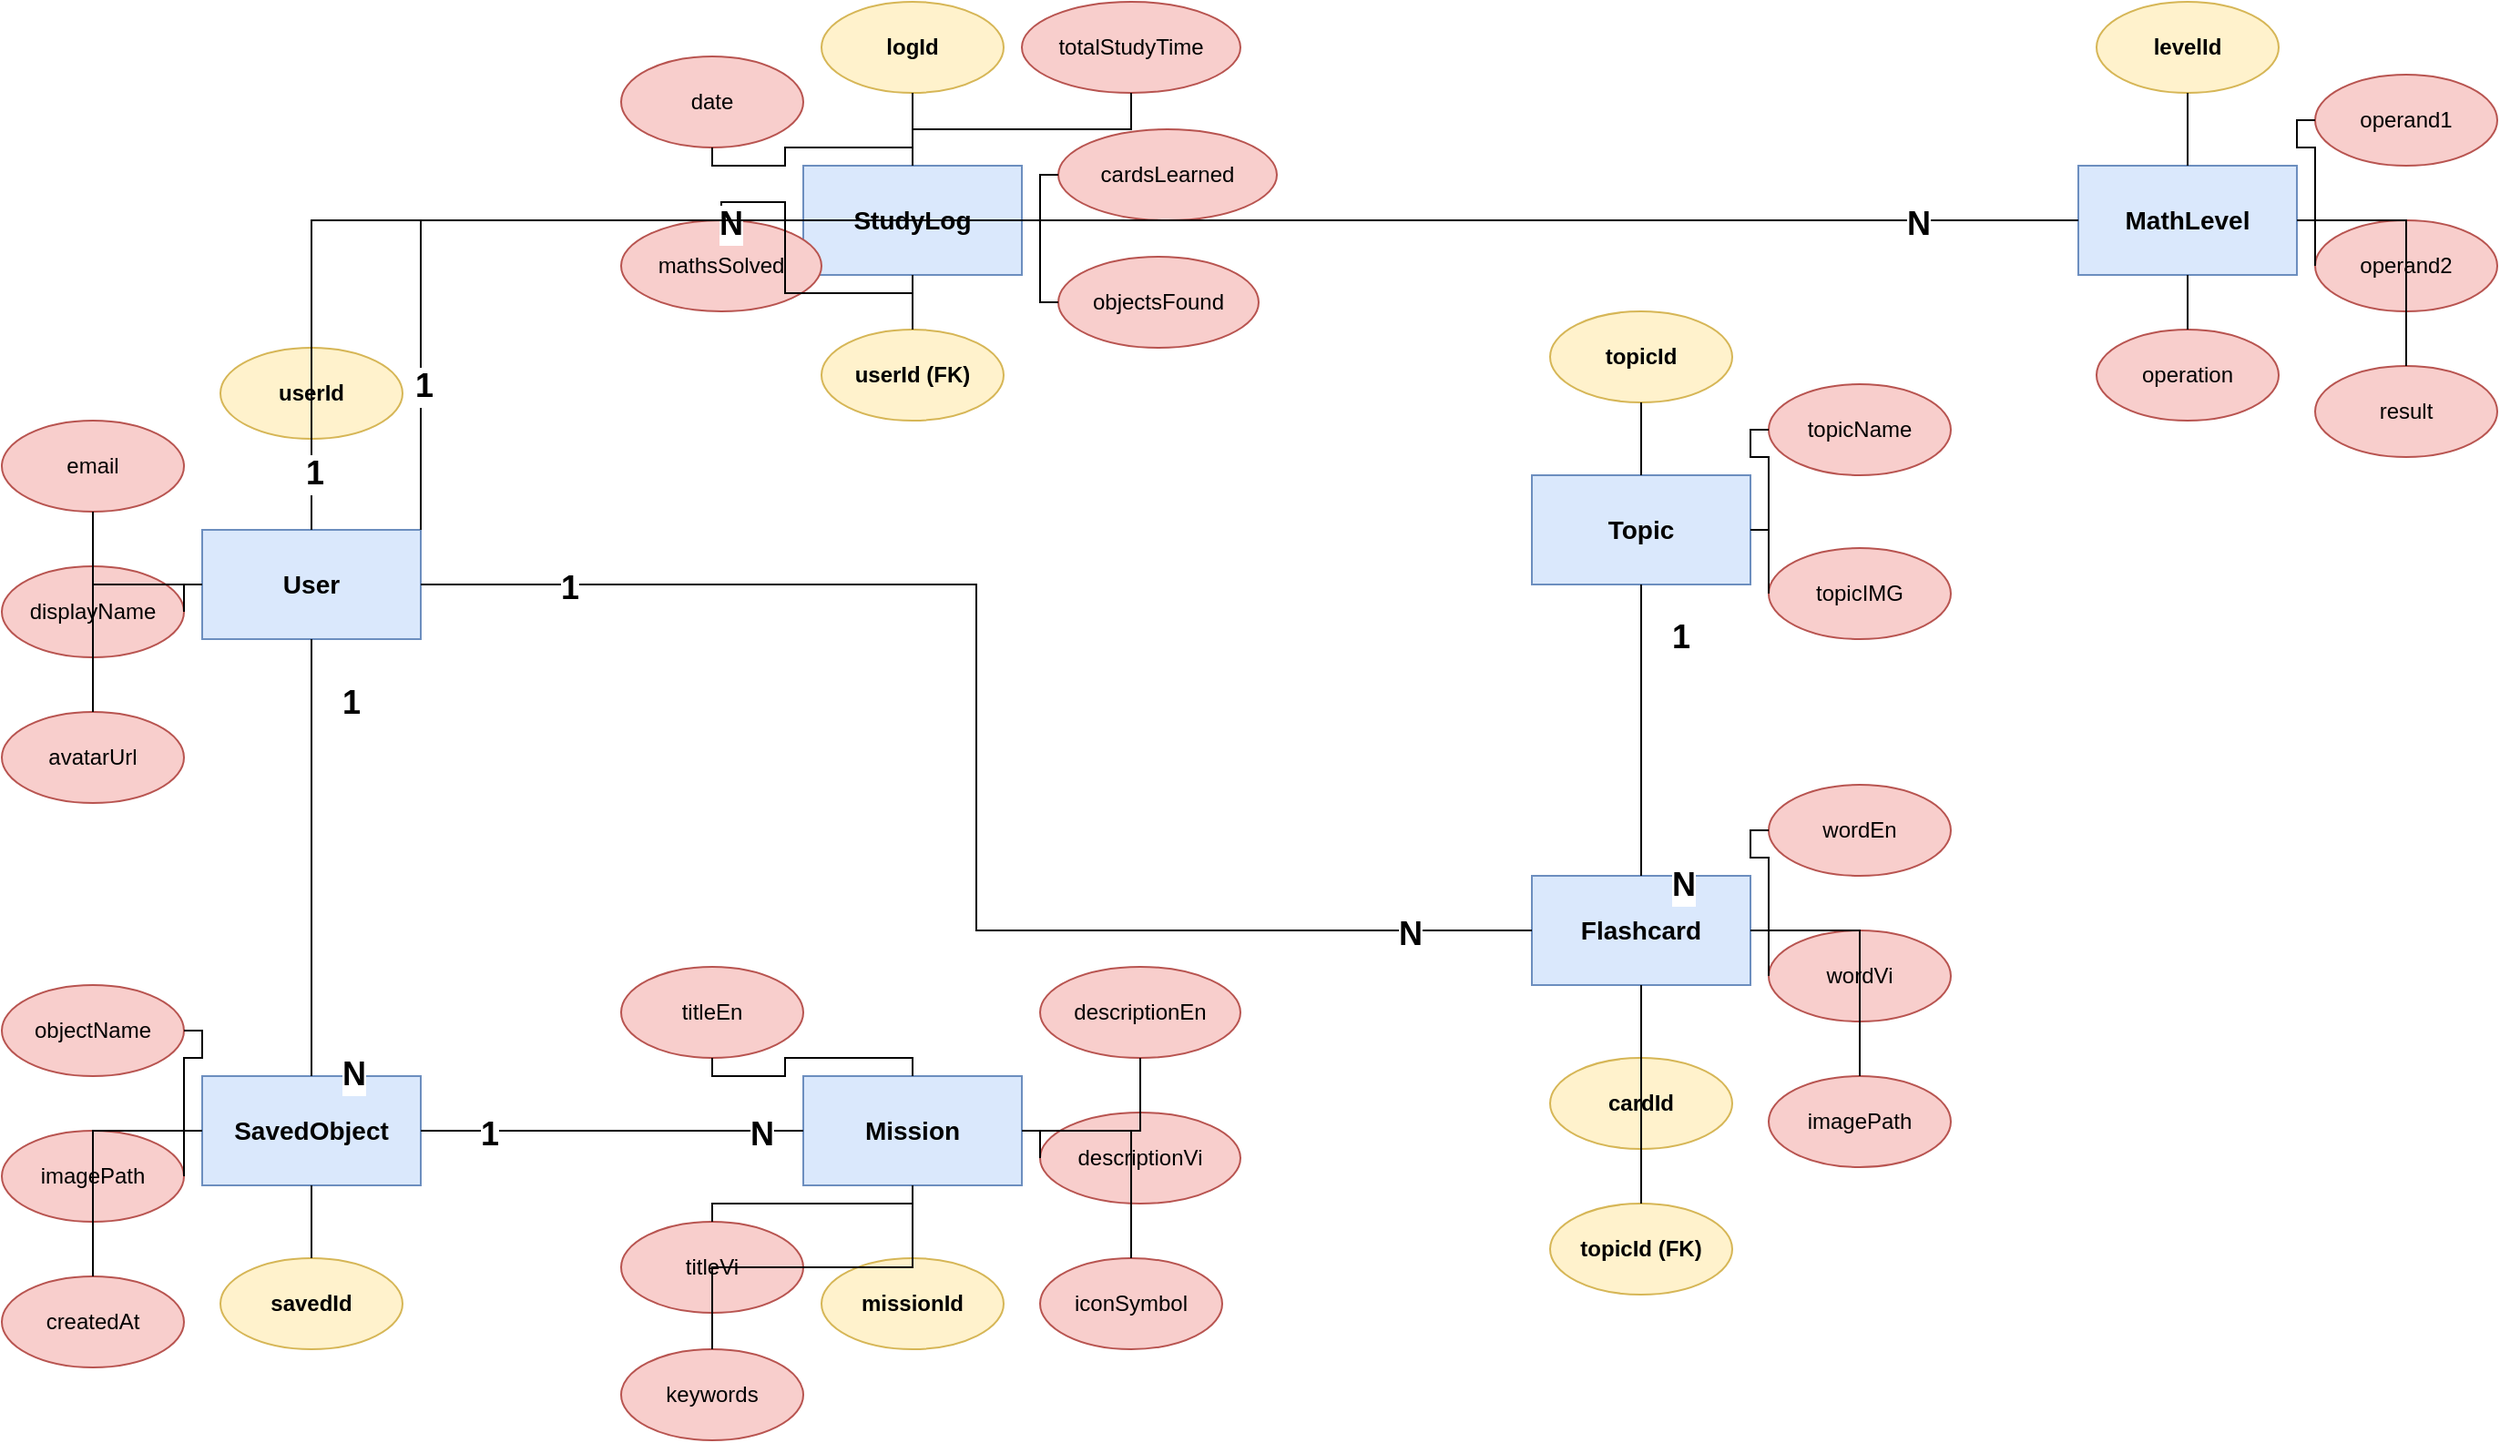
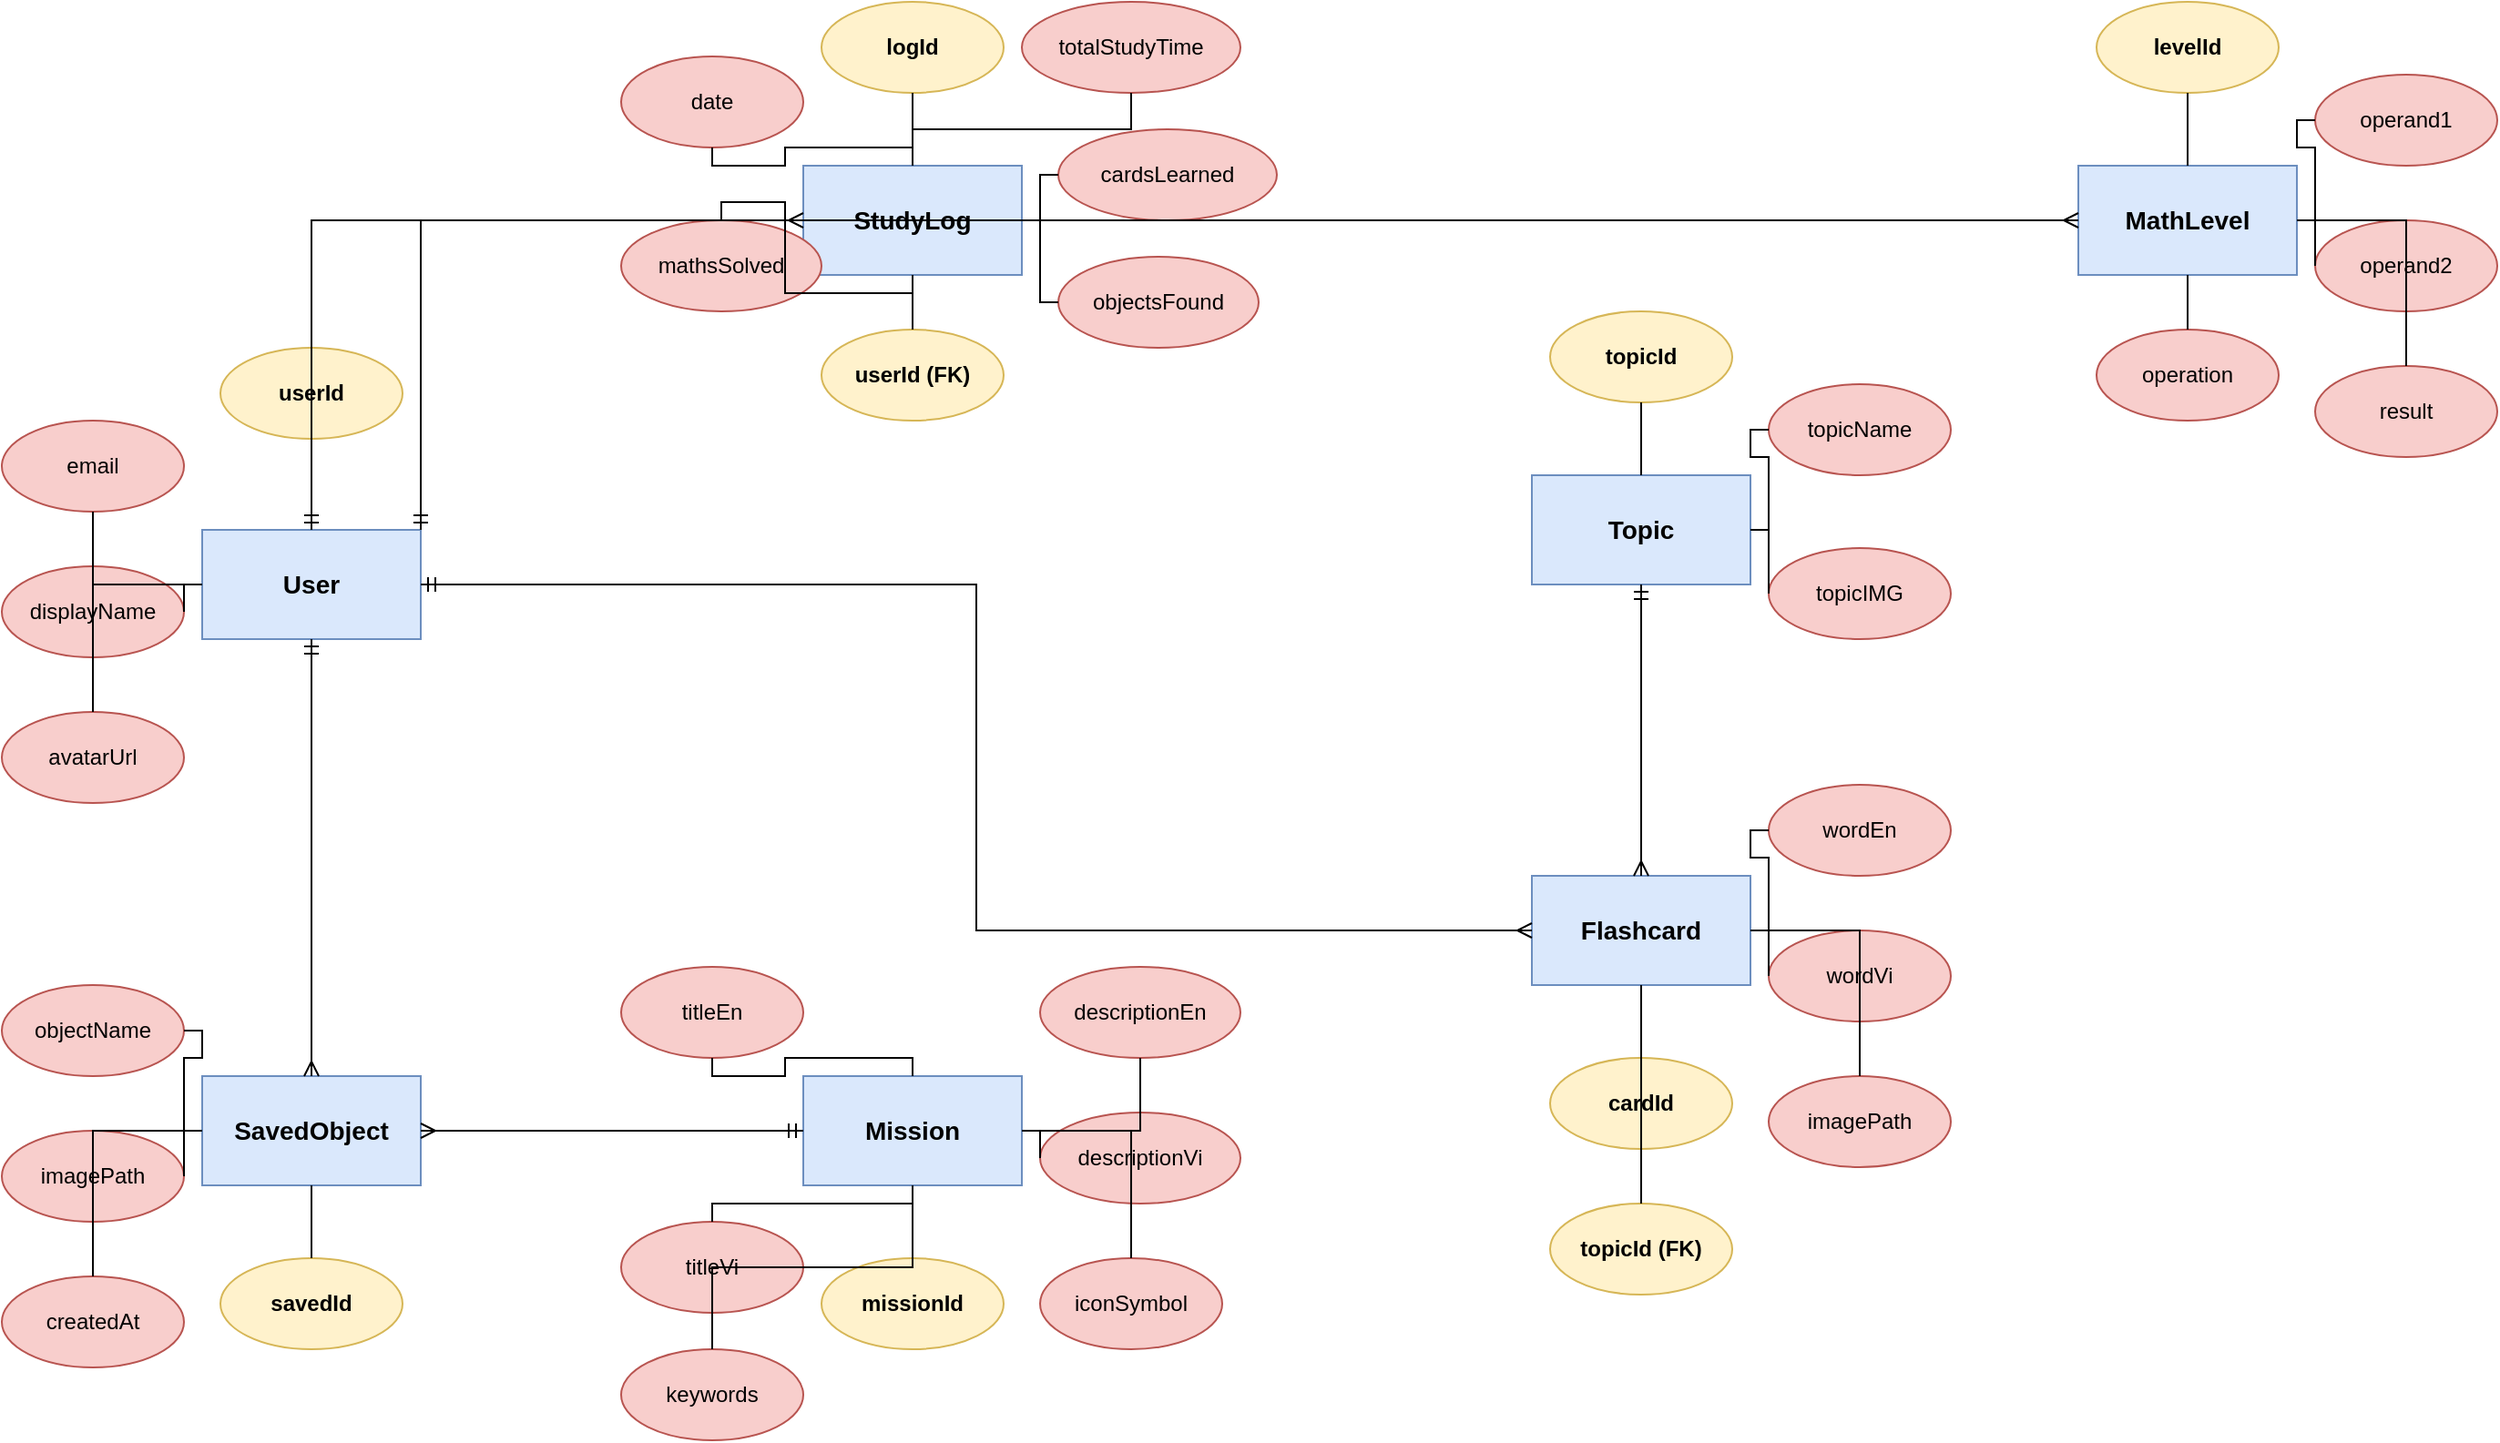
<?xml version="1.0" encoding="UTF-8"?>
<mxfile host="app.diagrams.net" agent="5.0">
  <diagram id="KidX_ERD_Diagram" name="KidX ERD Diagram">
    <mxGraphModel dx="1400" dy="1000" grid="1" gridSize="10" guides="1" tooltips="1" connect="1" arrows="1" fold="1" page="1" pageScale="1" pageWidth="1400" pageHeight="900" math="0" shadow="0">
      <root>
        <mxCell id="0" />
        <mxCell id="1" parent="0" />

        <!-- ==================== USER ENTITY ==================== -->
        <mxCell id="ent_user" value="User" style="rounded=0;whiteSpace=wrap;html=1;fillColor=#dae8fc;strokeColor=#6c8ebf;fontStyle=1;fontColor=#000000;fontSize=14;align=center;" vertex="1" parent="1">
          <mxGeometry x="120" y="300" width="120" height="60" as="geometry" />
        </mxCell>

        <mxCell id="attr_u_id" value="userId" style="ellipse;whiteSpace=wrap;html=1;fillColor=#fff2cc;strokeColor=#d6b656;fontColor=#000000;fontStyle=1;" vertex="1" parent="1">
          <mxGeometry x="130" y="200" width="100" height="50" as="geometry" />
        </mxCell>

        <mxCell id="attr_u_email" value="email" style="ellipse;whiteSpace=wrap;html=1;fillColor=#f8cecc;strokeColor=#b85450;fontColor=#000000;" vertex="1" parent="1">
          <mxGeometry x="10" y="240" width="100" height="50" as="geometry" />
        </mxCell>

        <mxCell id="attr_u_display" value="displayName" style="ellipse;whiteSpace=wrap;html=1;fillColor=#f8cecc;strokeColor=#b85450;fontColor=#000000;" vertex="1" parent="1">
          <mxGeometry x="10" y="320" width="100" height="50" as="geometry" />
        </mxCell>

        <mxCell id="attr_u_avatar" value="avatarUrl" style="ellipse;whiteSpace=wrap;html=1;fillColor=#f8cecc;strokeColor=#b85450;fontColor=#000000;" vertex="1" parent="1">
          <mxGeometry x="10" y="400" width="100" height="50" as="geometry" />
        </mxCell>

        <!-- User attribute connectors -->
        <mxCell id="conn_u_id" style="endArrow=none;html=1;strokeColor=#000000;edgeStyle=orthogonalEdgeStyle;rounded=0;" edge="1" parent="1" source="ent_user" target="attr_u_id">
          <mxGeometry relative="1" as="geometry" />
        </mxCell>
        <mxCell id="conn_u_email" style="endArrow=none;html=1;strokeColor=#000000;edgeStyle=orthogonalEdgeStyle;rounded=0;" edge="1" parent="1" source="ent_user" target="attr_u_email">
          <mxGeometry relative="1" as="geometry" />
        </mxCell>
        <mxCell id="conn_u_display" style="endArrow=none;html=1;strokeColor=#000000;edgeStyle=orthogonalEdgeStyle;rounded=0;" edge="1" parent="1" source="ent_user" target="attr_u_display">
          <mxGeometry relative="1" as="geometry" />
        </mxCell>
        <mxCell id="conn_u_avatar" style="endArrow=none;html=1;strokeColor=#000000;edgeStyle=orthogonalEdgeStyle;rounded=0;" edge="1" parent="1" source="ent_user" target="attr_u_avatar">
          <mxGeometry relative="1" as="geometry" />
        </mxCell>

        <!-- ==================== STUDYLOG ENTITY ==================== -->
        <mxCell id="ent_studylog" value="StudyLog" style="rounded=0;whiteSpace=wrap;html=1;fillColor=#dae8fc;strokeColor=#6c8ebf;fontStyle=1;fontColor=#000000;fontSize=14;align=center;" vertex="1" parent="1">
          <mxGeometry x="450" y="100" width="120" height="60" as="geometry" />
        </mxCell>

        <mxCell id="attr_l_id" value="logId" style="ellipse;whiteSpace=wrap;html=1;fillColor=#fff2cc;strokeColor=#d6b656;fontColor=#000000;fontStyle=1;" vertex="1" parent="1">
          <mxGeometry x="460" y="10" width="100" height="50" as="geometry" />
        </mxCell>

        <mxCell id="attr_l_date" value="date" style="ellipse;whiteSpace=wrap;html=1;fillColor=#f8cecc;strokeColor=#b85450;fontColor=#000000;" vertex="1" parent="1">
          <mxGeometry x="350" y="40" width="100" height="50" as="geometry" />
        </mxCell>

        <mxCell id="attr_l_time" value="totalStudyTime" style="ellipse;whiteSpace=wrap;html=1;fillColor=#f8cecc;strokeColor=#b85450;fontColor=#000000;" vertex="1" parent="1">
          <mxGeometry x="570" y="10" width="120" height="50" as="geometry" />
        </mxCell>

        <mxCell id="attr_l_cards" value="cardsLearned" style="ellipse;whiteSpace=wrap;html=1;fillColor=#f8cecc;strokeColor=#b85450;fontColor=#000000;" vertex="1" parent="1">
          <mxGeometry x="590" y="80" width="120" height="50" as="geometry" />
        </mxCell>

        <mxCell id="attr_l_objects" value="objectsFound" style="ellipse;whiteSpace=wrap;html=1;fillColor=#f8cecc;strokeColor=#b85450;fontColor=#000000;" vertex="1" parent="1">
          <mxGeometry x="590" y="150" width="110" height="50" as="geometry" />
        </mxCell>

        <mxCell id="attr_l_maths" value="mathsSolved" style="ellipse;whiteSpace=wrap;html=1;fillColor=#f8cecc;strokeColor=#b85450;fontColor=#000000;" vertex="1" parent="1">
          <mxGeometry x="350" y="130" width="110" height="50" as="geometry" />
        </mxCell>

        <mxCell id="attr_l_userId" value="userId (FK)" style="ellipse;whiteSpace=wrap;html=1;fillColor=#fff2cc;strokeColor=#d6b656;fontColor=#000000;fontStyle=1;" vertex="1" parent="1">
          <mxGeometry x="460" y="190" width="100" height="50" as="geometry" />
        </mxCell>

        <!-- StudyLog attribute connectors -->
        <mxCell id="conn_l_id" style="endArrow=none;html=1;strokeColor=#000000;edgeStyle=orthogonalEdgeStyle;rounded=0;" edge="1" parent="1" source="ent_studylog" target="attr_l_id">
          <mxGeometry relative="1" as="geometry" />
        </mxCell>
        <mxCell id="conn_l_date" style="endArrow=none;html=1;strokeColor=#000000;edgeStyle=orthogonalEdgeStyle;rounded=0;" edge="1" parent="1" source="ent_studylog" target="attr_l_date">
          <mxGeometry relative="1" as="geometry" />
        </mxCell>
        <mxCell id="conn_l_time" style="endArrow=none;html=1;strokeColor=#000000;edgeStyle=orthogonalEdgeStyle;rounded=0;" edge="1" parent="1" source="ent_studylog" target="attr_l_time">
          <mxGeometry relative="1" as="geometry" />
        </mxCell>
        <mxCell id="conn_l_cards" style="endArrow=none;html=1;strokeColor=#000000;edgeStyle=orthogonalEdgeStyle;rounded=0;" edge="1" parent="1" source="ent_studylog" target="attr_l_cards">
          <mxGeometry relative="1" as="geometry" />
        </mxCell>
        <mxCell id="conn_l_objects" style="endArrow=none;html=1;strokeColor=#000000;edgeStyle=orthogonalEdgeStyle;rounded=0;" edge="1" parent="1" source="ent_studylog" target="attr_l_objects">
          <mxGeometry relative="1" as="geometry" />
        </mxCell>
        <mxCell id="conn_l_maths" style="endArrow=none;html=1;strokeColor=#000000;edgeStyle=orthogonalEdgeStyle;rounded=0;" edge="1" parent="1" source="ent_studylog" target="attr_l_maths">
          <mxGeometry relative="1" as="geometry" />
        </mxCell>
        <mxCell id="conn_l_userId" style="endArrow=none;html=1;strokeColor=#000000;edgeStyle=orthogonalEdgeStyle;rounded=0;" edge="1" parent="1" source="ent_studylog" target="attr_l_userId">
          <mxGeometry relative="1" as="geometry" />
        </mxCell>

        <!-- ==================== SAVEDOBJECT ENTITY ==================== -->
        <mxCell id="ent_saved" value="SavedObject" style="rounded=0;whiteSpace=wrap;html=1;fillColor=#dae8fc;strokeColor=#6c8ebf;fontStyle=1;fontColor=#000000;fontSize=14;align=center;" vertex="1" parent="1">
          <mxGeometry x="120" y="600" width="120" height="60" as="geometry" />
        </mxCell>

        <mxCell id="attr_s_id" value="savedId" style="ellipse;whiteSpace=wrap;html=1;fillColor=#fff2cc;strokeColor=#d6b656;fontColor=#000000;fontStyle=1;" vertex="1" parent="1">
          <mxGeometry x="130" y="700" width="100" height="50" as="geometry" />
        </mxCell>

        <mxCell id="attr_s_name" value="objectName" style="ellipse;whiteSpace=wrap;html=1;fillColor=#f8cecc;strokeColor=#b85450;fontColor=#000000;" vertex="1" parent="1">
          <mxGeometry x="10" y="550" width="100" height="50" as="geometry" />
        </mxCell>

        <mxCell id="attr_s_path" value="imagePath" style="ellipse;whiteSpace=wrap;html=1;fillColor=#f8cecc;strokeColor=#b85450;fontColor=#000000;" vertex="1" parent="1">
          <mxGeometry x="10" y="630" width="100" height="50" as="geometry" />
        </mxCell>

        <mxCell id="attr_s_time" value="createdAt" style="ellipse;whiteSpace=wrap;html=1;fillColor=#f8cecc;strokeColor=#b85450;fontColor=#000000;" vertex="1" parent="1">
          <mxGeometry x="10" y="710" width="100" height="50" as="geometry" />
        </mxCell>

        <!-- SavedObject attribute connectors -->
        <mxCell id="conn_s_id" style="endArrow=none;html=1;strokeColor=#000000;edgeStyle=orthogonalEdgeStyle;rounded=0;" edge="1" parent="1" source="ent_saved" target="attr_s_id">
          <mxGeometry relative="1" as="geometry" />
        </mxCell>
        <mxCell id="conn_s_name" style="endArrow=none;html=1;strokeColor=#000000;edgeStyle=orthogonalEdgeStyle;rounded=0;" edge="1" parent="1" source="ent_saved" target="attr_s_name">
          <mxGeometry relative="1" as="geometry" />
        </mxCell>
        <mxCell id="conn_s_path" style="endArrow=none;html=1;strokeColor=#000000;edgeStyle=orthogonalEdgeStyle;rounded=0;" edge="1" parent="1" source="ent_saved" target="attr_s_path">
          <mxGeometry relative="1" as="geometry" />
        </mxCell>
        <mxCell id="conn_s_time" style="endArrow=none;html=1;strokeColor=#000000;edgeStyle=orthogonalEdgeStyle;rounded=0;" edge="1" parent="1" source="ent_saved" target="attr_s_time">
          <mxGeometry relative="1" as="geometry" />
        </mxCell>

        <!-- ==================== MISSION ENTITY ==================== -->
        <mxCell id="ent_mission" value="Mission" style="rounded=0;whiteSpace=wrap;html=1;fillColor=#dae8fc;strokeColor=#6c8ebf;fontStyle=1;fontColor=#000000;fontSize=14;align=center;" vertex="1" parent="1">
          <mxGeometry x="450" y="600" width="120" height="60" as="geometry" />
        </mxCell>

        <mxCell id="attr_m_id" value="missionId" style="ellipse;whiteSpace=wrap;html=1;fillColor=#fff2cc;strokeColor=#d6b656;fontColor=#000000;fontStyle=1;" vertex="1" parent="1">
          <mxGeometry x="460" y="700" width="100" height="50" as="geometry" />
        </mxCell>

        <mxCell id="attr_m_title_en" value="titleEn" style="ellipse;whiteSpace=wrap;html=1;fillColor=#f8cecc;strokeColor=#b85450;fontColor=#000000;" vertex="1" parent="1">
          <mxGeometry x="350" y="540" width="100" height="50" as="geometry" />
        </mxCell>

        <mxCell id="attr_m_title_vi" value="titleVi" style="ellipse;whiteSpace=wrap;html=1;fillColor=#f8cecc;strokeColor=#b85450;fontColor=#000000;" vertex="1" parent="1">
          <mxGeometry x="350" y="680" width="100" height="50" as="geometry" />
        </mxCell>

        <mxCell id="attr_m_desc_en" value="descriptionEn" style="ellipse;whiteSpace=wrap;html=1;fillColor=#f8cecc;strokeColor=#b85450;fontColor=#000000;" vertex="1" parent="1">
          <mxGeometry x="580" y="540" width="110" height="50" as="geometry" />
        </mxCell>

        <mxCell id="attr_m_desc_vi" value="descriptionVi" style="ellipse;whiteSpace=wrap;html=1;fillColor=#f8cecc;strokeColor=#b85450;fontColor=#000000;" vertex="1" parent="1">
          <mxGeometry x="580" y="620" width="110" height="50" as="geometry" />
        </mxCell>

        <mxCell id="attr_m_icon" value="iconSymbol" style="ellipse;whiteSpace=wrap;html=1;fillColor=#f8cecc;strokeColor=#b85450;fontColor=#000000;" vertex="1" parent="1">
          <mxGeometry x="580" y="700" width="100" height="50" as="geometry" />
        </mxCell>

        <mxCell id="attr_m_keywords" value="keywords" style="ellipse;whiteSpace=wrap;html=1;fillColor=#f8cecc;strokeColor=#b85450;fontColor=#000000;" vertex="1" parent="1">
          <mxGeometry x="350" y="750" width="100" height="50" as="geometry" />
        </mxCell>

        <!-- Mission attribute connectors -->
        <mxCell id="conn_m_id" style="endArrow=none;html=1;strokeColor=#000000;edgeStyle=orthogonalEdgeStyle;rounded=0;" edge="1" parent="1" source="ent_mission" target="attr_m_id">
          <mxGeometry relative="1" as="geometry" />
        </mxCell>
        <mxCell id="conn_m_title_en" style="endArrow=none;html=1;strokeColor=#000000;edgeStyle=orthogonalEdgeStyle;rounded=0;" edge="1" parent="1" source="ent_mission" target="attr_m_title_en">
          <mxGeometry relative="1" as="geometry" />
        </mxCell>
        <mxCell id="conn_m_title_vi" style="endArrow=none;html=1;strokeColor=#000000;edgeStyle=orthogonalEdgeStyle;rounded=0;" edge="1" parent="1" source="ent_mission" target="attr_m_title_vi">
          <mxGeometry relative="1" as="geometry" />
        </mxCell>
        <mxCell id="conn_m_desc_en" style="endArrow=none;html=1;strokeColor=#000000;edgeStyle=orthogonalEdgeStyle;rounded=0;" edge="1" parent="1" source="ent_mission" target="attr_m_desc_en">
          <mxGeometry relative="1" as="geometry" />
        </mxCell>
        <mxCell id="conn_m_desc_vi" style="endArrow=none;html=1;strokeColor=#000000;edgeStyle=orthogonalEdgeStyle;rounded=0;" edge="1" parent="1" source="ent_mission" target="attr_m_desc_vi">
          <mxGeometry relative="1" as="geometry" />
        </mxCell>
        <mxCell id="conn_m_icon" style="endArrow=none;html=1;strokeColor=#000000;edgeStyle=orthogonalEdgeStyle;rounded=0;" edge="1" parent="1" source="ent_mission" target="attr_m_icon">
          <mxGeometry relative="1" as="geometry" />
        </mxCell>
        <mxCell id="conn_m_keywords" style="endArrow=none;html=1;strokeColor=#000000;edgeStyle=orthogonalEdgeStyle;rounded=0;" edge="1" parent="1" source="ent_mission" target="attr_m_keywords">
          <mxGeometry relative="1" as="geometry" />
        </mxCell>

        <!-- ==================== TOPIC ENTITY ==================== -->
        <mxCell id="ent_topic" value="Topic" style="rounded=0;whiteSpace=wrap;html=1;fillColor=#dae8fc;strokeColor=#6c8ebf;fontStyle=1;fontColor=#000000;fontSize=14;align=center;" vertex="1" parent="1">
          <mxGeometry x="850" y="270" width="120" height="60" as="geometry" />
        </mxCell>

        <mxCell id="attr_t_id" value="topicId" style="ellipse;whiteSpace=wrap;html=1;fillColor=#fff2cc;strokeColor=#d6b656;fontColor=#000000;fontStyle=1;" vertex="1" parent="1">
          <mxGeometry x="860" y="180" width="100" height="50" as="geometry" />
        </mxCell>

        <mxCell id="attr_t_name" value="topicName" style="ellipse;whiteSpace=wrap;html=1;fillColor=#f8cecc;strokeColor=#b85450;fontColor=#000000;" vertex="1" parent="1">
          <mxGeometry x="980" y="220" width="100" height="50" as="geometry" />
        </mxCell>

        <mxCell id="attr_t_icon" value="topicIMG" style="ellipse;whiteSpace=wrap;html=1;fillColor=#f8cecc;strokeColor=#b85450;fontColor=#000000;" vertex="1" parent="1">
          <mxGeometry x="980" y="310" width="100" height="50" as="geometry" />
        </mxCell>

        <!-- Topic attribute connectors -->
        <mxCell id="conn_t_id" style="endArrow=none;html=1;strokeColor=#000000;edgeStyle=orthogonalEdgeStyle;rounded=0;" edge="1" parent="1" source="ent_topic" target="attr_t_id">
          <mxGeometry relative="1" as="geometry" />
        </mxCell>
        <mxCell id="conn_t_name" style="endArrow=none;html=1;strokeColor=#000000;edgeStyle=orthogonalEdgeStyle;rounded=0;" edge="1" parent="1" source="ent_topic" target="attr_t_name">
          <mxGeometry relative="1" as="geometry" />
        </mxCell>
        <mxCell id="conn_t_icon" style="endArrow=none;html=1;strokeColor=#000000;edgeStyle=orthogonalEdgeStyle;rounded=0;" edge="1" parent="1" source="ent_topic" target="attr_t_icon">
          <mxGeometry relative="1" as="geometry" />
        </mxCell>

        <!-- ==================== FLASHCARD ENTITY ==================== -->
        <mxCell id="ent_flashcard" value="Flashcard" style="rounded=0;whiteSpace=wrap;html=1;fillColor=#dae8fc;strokeColor=#6c8ebf;fontStyle=1;fontColor=#000000;fontSize=14;align=center;" vertex="1" parent="1">
          <mxGeometry x="850" y="490" width="120" height="60" as="geometry" />
        </mxCell>

        <mxCell id="attr_f_id" value="cardId" style="ellipse;whiteSpace=wrap;html=1;fillColor=#fff2cc;strokeColor=#d6b656;fontColor=#000000;fontStyle=1;" vertex="1" parent="1">
          <mxGeometry x="860" y="590" width="100" height="50" as="geometry" />
        </mxCell>

        <mxCell id="attr_f_en" value="wordEn" style="ellipse;whiteSpace=wrap;html=1;fillColor=#f8cecc;strokeColor=#b85450;fontColor=#000000;" vertex="1" parent="1">
          <mxGeometry x="980" y="440" width="100" height="50" as="geometry" />
        </mxCell>

        <mxCell id="attr_f_vi" value="wordVi" style="ellipse;whiteSpace=wrap;html=1;fillColor=#f8cecc;strokeColor=#b85450;fontColor=#000000;" vertex="1" parent="1">
          <mxGeometry x="980" y="520" width="100" height="50" as="geometry" />
        </mxCell>

        <mxCell id="attr_f_path" value="imagePath" style="ellipse;whiteSpace=wrap;html=1;fillColor=#f8cecc;strokeColor=#b85450;fontColor=#000000;" vertex="1" parent="1">
          <mxGeometry x="980" y="600" width="100" height="50" as="geometry" />
        </mxCell>

        <mxCell id="attr_f_topicId" value="topicId (FK)" style="ellipse;whiteSpace=wrap;html=1;fillColor=#fff2cc;strokeColor=#d6b656;fontColor=#000000;fontStyle=1;" vertex="1" parent="1">
          <mxGeometry x="860" y="670" width="100" height="50" as="geometry" />
        </mxCell>

        <!-- Flashcard attribute connectors -->
        <mxCell id="conn_f_id" style="endArrow=none;html=1;strokeColor=#000000;edgeStyle=orthogonalEdgeStyle;rounded=0;" edge="1" parent="1" source="ent_flashcard" target="attr_f_id">
          <mxGeometry relative="1" as="geometry" />
        </mxCell>
        <mxCell id="conn_f_en" style="endArrow=none;html=1;strokeColor=#000000;edgeStyle=orthogonalEdgeStyle;rounded=0;" edge="1" parent="1" source="ent_flashcard" target="attr_f_en">
          <mxGeometry relative="1" as="geometry" />
        </mxCell>
        <mxCell id="conn_f_vi" style="endArrow=none;html=1;strokeColor=#000000;edgeStyle=orthogonalEdgeStyle;rounded=0;" edge="1" parent="1" source="ent_flashcard" target="attr_f_vi">
          <mxGeometry relative="1" as="geometry" />
        </mxCell>
        <mxCell id="conn_f_path" style="endArrow=none;html=1;strokeColor=#000000;edgeStyle=orthogonalEdgeStyle;rounded=0;" edge="1" parent="1" source="ent_flashcard" target="attr_f_path">
          <mxGeometry relative="1" as="geometry" />
        </mxCell>
        <mxCell id="conn_f_topicId" style="endArrow=none;html=1;strokeColor=#000000;edgeStyle=orthogonalEdgeStyle;rounded=0;" edge="1" parent="1" source="ent_flashcard" target="attr_f_topicId">
          <mxGeometry relative="1" as="geometry" />
        </mxCell>

        <!-- ==================== MATHLEVEL ENTITY ==================== -->
        <mxCell id="ent_math" value="MathLevel" style="rounded=0;whiteSpace=wrap;html=1;fillColor=#dae8fc;strokeColor=#6c8ebf;fontStyle=1;fontColor=#000000;fontSize=14;align=center;" vertex="1" parent="1">
          <mxGeometry x="1150" y="100" width="120" height="60" as="geometry" />
        </mxCell>

        <mxCell id="attr_mt_id" value="levelId" style="ellipse;whiteSpace=wrap;html=1;fillColor=#fff2cc;strokeColor=#d6b656;fontColor=#000000;fontStyle=1;" vertex="1" parent="1">
          <mxGeometry x="1160" y="10" width="100" height="50" as="geometry" />
        </mxCell>

        <mxCell id="attr_mt_op1" value="operand1" style="ellipse;whiteSpace=wrap;html=1;fillColor=#f8cecc;strokeColor=#b85450;fontColor=#000000;" vertex="1" parent="1">
          <mxGeometry x="1280" y="50" width="100" height="50" as="geometry" />
        </mxCell>

        <mxCell id="attr_mt_op2" value="operand2" style="ellipse;whiteSpace=wrap;html=1;fillColor=#f8cecc;strokeColor=#b85450;fontColor=#000000;" vertex="1" parent="1">
          <mxGeometry x="1280" y="130" width="100" height="50" as="geometry" />
        </mxCell>

        <mxCell id="attr_mt_op" value="operation" style="ellipse;whiteSpace=wrap;html=1;fillColor=#f8cecc;strokeColor=#b85450;fontColor=#000000;" vertex="1" parent="1">
          <mxGeometry x="1160" y="190" width="100" height="50" as="geometry" />
        </mxCell>

        <mxCell id="attr_mt_res" value="result" style="ellipse;whiteSpace=wrap;html=1;fillColor=#f8cecc;strokeColor=#b85450;fontColor=#000000;" vertex="1" parent="1">
          <mxGeometry x="1280" y="210" width="100" height="50" as="geometry" />
        </mxCell>

        <!-- MathLevel attribute connectors -->
        <mxCell id="conn_mt_id" style="endArrow=none;html=1;strokeColor=#000000;edgeStyle=orthogonalEdgeStyle;rounded=0;" edge="1" parent="1" source="ent_math" target="attr_mt_id">
          <mxGeometry relative="1" as="geometry" />
        </mxCell>
        <mxCell id="conn_mt_op1" style="endArrow=none;html=1;strokeColor=#000000;edgeStyle=orthogonalEdgeStyle;rounded=0;" edge="1" parent="1" source="ent_math" target="attr_mt_op1">
          <mxGeometry relative="1" as="geometry" />
        </mxCell>
        <mxCell id="conn_mt_op2" style="endArrow=none;html=1;strokeColor=#000000;edgeStyle=orthogonalEdgeStyle;rounded=0;" edge="1" parent="1" source="ent_math" target="attr_mt_op2">
          <mxGeometry relative="1" as="geometry" />
        </mxCell>
        <mxCell id="conn_mt_op" style="endArrow=none;html=1;strokeColor=#000000;edgeStyle=orthogonalEdgeStyle;rounded=0;" edge="1" parent="1" source="ent_math" target="attr_mt_op">
          <mxGeometry relative="1" as="geometry" />
        </mxCell>
        <mxCell id="conn_mt_res" style="endArrow=none;html=1;strokeColor=#000000;edgeStyle=orthogonalEdgeStyle;rounded=0;" edge="1" parent="1" source="ent_math" target="attr_mt_res">
          <mxGeometry relative="1" as="geometry" />
        </mxCell>

        <!-- ================================================================ -->
        <!-- ==================== RELATIONSHIPS (Direct Lines) ==================== -->
        <!-- ================================================================ -->

        <!-- R1: User ——1————N——> StudyLog -->
-         <mxCell id="rel_user_studylog" style="endArrow=none;html=1;strokeColor=#000000;edgeStyle=orthogonalEdgeStyle;rounded=0;exitX=0.5;exitY=0;exitDx=0;exitDy=0;entryX=0;entryY=0.5;entryDx=0;entryDy=0;" edge="1" parent="1" source="ent_user" target="ent_studylog">
-           <mxGeometry relative="1" as="geometry" />
-         </mxCell>
-         <mxCell id="lbl_user_studylog_1" value="1" style="edgeLabel;html=1;fontSize=18;fontColor=#000000;fontStyle=1;" vertex="1" connectable="0" parent="rel_user_studylog">
-           <mxGeometry x="-0.85" relative="1" as="geometry"><mxPoint x="-5" y="-15" as="offset" /></mxGeometry>
-         </mxCell>
-         <mxCell id="lbl_user_studylog_n" value="N" style="edgeLabel;html=1;fontSize=18;fontColor=#000000;fontStyle=1;" vertex="1" connectable="0" parent="rel_user_studylog">
-           <mxGeometry x="0.85" relative="1" as="geometry"><mxPoint x="-15" y="-15" as="offset" /></mxGeometry>
+         <mxCell id="rel_user_studylog" style="startArrow=ERmandOne;endArrow=ERmany;html=1;strokeColor=#000000;edgeStyle=orthogonalEdgeStyle;rounded=0;exitX=0.5;exitY=0;exitDx=0;exitDy=0;entryX=0;entryY=0.5;entryDx=0;entryDy=0;" edge="1" parent="1" source="ent_user" target="ent_studylog">
+           <mxGeometry relative="1" as="geometry" />
        </mxCell>

        <!-- R2: User ——1————N——> SavedObject -->
-         <mxCell id="rel_user_saved" style="endArrow=none;html=1;strokeColor=#000000;edgeStyle=orthogonalEdgeStyle;rounded=0;exitX=0.5;exitY=1;exitDx=0;exitDy=0;entryX=0.5;entryY=0;entryDx=0;entryDy=0;" edge="1" parent="1" source="ent_user" target="ent_saved">
-           <mxGeometry relative="1" as="geometry" />
-         </mxCell>
-         <mxCell id="lbl_user_saved_1" value="1" style="edgeLabel;html=1;fontSize=18;fontColor=#000000;fontStyle=1;" vertex="1" connectable="0" parent="rel_user_saved">
-           <mxGeometry x="-0.85" relative="1" as="geometry"><mxPoint x="15" y="0" as="offset" /></mxGeometry>
-         </mxCell>
-         <mxCell id="lbl_user_saved_n" value="N" style="edgeLabel;html=1;fontSize=18;fontColor=#000000;fontStyle=1;" vertex="1" connectable="0" parent="rel_user_saved">
-           <mxGeometry x="0.85" relative="1" as="geometry"><mxPoint x="15" y="0" as="offset" /></mxGeometry>
+         <mxCell id="rel_user_saved" style="startArrow=ERmandOne;endArrow=ERmany;html=1;strokeColor=#000000;edgeStyle=orthogonalEdgeStyle;rounded=0;exitX=0.5;exitY=1;exitDx=0;exitDy=0;entryX=0.5;entryY=0;entryDx=0;entryDy=0;" edge="1" parent="1" source="ent_user" target="ent_saved">
+           <mxGeometry relative="1" as="geometry" />
        </mxCell>

        <!-- R3: Mission ——1————N——> SavedObject -->
-         <mxCell id="rel_mission_saved" style="endArrow=none;html=1;strokeColor=#000000;edgeStyle=orthogonalEdgeStyle;rounded=0;exitX=0;exitY=0.5;exitDx=0;exitDy=0;entryX=1;entryY=0.5;entryDx=0;entryDy=0;" edge="1" parent="1" source="ent_mission" target="ent_saved">
-           <mxGeometry relative="1" as="geometry" />
-         </mxCell>
-         <mxCell id="lbl_mission_saved_1" value="1" style="edgeLabel;html=1;fontSize=18;fontColor=#000000;fontStyle=1;" vertex="1" connectable="0" parent="rel_mission_saved">
-           <mxGeometry x="0.85" relative="1" as="geometry"><mxPoint x="15" y="-15" as="offset" /></mxGeometry>
-         </mxCell>
-         <mxCell id="lbl_mission_saved_n" value="N" style="edgeLabel;html=1;fontSize=18;fontColor=#000000;fontStyle=1;" vertex="1" connectable="0" parent="rel_mission_saved">
-           <mxGeometry x="-0.85" relative="1" as="geometry"><mxPoint x="-15" y="-15" as="offset" /></mxGeometry>
+         <mxCell id="rel_mission_saved" style="startArrow=ERmandOne;endArrow=ERmany;html=1;strokeColor=#000000;edgeStyle=orthogonalEdgeStyle;rounded=0;exitX=0;exitY=0.5;exitDx=0;exitDy=0;entryX=1;entryY=0.5;entryDx=0;entryDy=0;" edge="1" parent="1" source="ent_mission" target="ent_saved">
+           <mxGeometry relative="1" as="geometry" />
        </mxCell>

        <!-- R4: Topic ——1————N——> Flashcard -->
-         <mxCell id="rel_topic_flashcard" style="endArrow=none;html=1;strokeColor=#000000;edgeStyle=orthogonalEdgeStyle;rounded=0;exitX=0.5;exitY=1;exitDx=0;exitDy=0;entryX=0.5;entryY=0;entryDx=0;entryDy=0;" edge="1" parent="1" source="ent_topic" target="ent_flashcard">
-           <mxGeometry relative="1" as="geometry" />
-         </mxCell>
-         <mxCell id="lbl_topic_flashcard_1" value="1" style="edgeLabel;html=1;fontSize=18;fontColor=#000000;fontStyle=1;" vertex="1" connectable="0" parent="rel_topic_flashcard">
-           <mxGeometry x="-0.85" relative="1" as="geometry"><mxPoint x="15" y="0" as="offset" /></mxGeometry>
-         </mxCell>
-         <mxCell id="lbl_topic_flashcard_n" value="N" style="edgeLabel;html=1;fontSize=18;fontColor=#000000;fontStyle=1;" vertex="1" connectable="0" parent="rel_topic_flashcard">
-           <mxGeometry x="0.85" relative="1" as="geometry"><mxPoint x="15" y="0" as="offset" /></mxGeometry>
+         <mxCell id="rel_topic_flashcard" style="startArrow=ERmandOne;endArrow=ERmany;html=1;strokeColor=#000000;edgeStyle=orthogonalEdgeStyle;rounded=0;exitX=0.5;exitY=1;exitDx=0;exitDy=0;entryX=0.5;entryY=0;entryDx=0;entryDy=0;" edge="1" parent="1" source="ent_topic" target="ent_flashcard">
+           <mxGeometry relative="1" as="geometry" />
        </mxCell>

        <!-- R5: User ——1————N——> MathLevel (user hoàn thành nhiều thử thách toán) -->
-         <mxCell id="rel_user_math" style="endArrow=none;html=1;strokeColor=#000000;edgeStyle=orthogonalEdgeStyle;rounded=0;exitX=1;exitY=0;exitDx=0;exitDy=0;entryX=0;entryY=0.5;entryDx=0;entryDy=0;" edge="1" parent="1" source="ent_user" target="ent_math">
-           <mxGeometry relative="1" as="geometry" />
-         </mxCell>
-         <mxCell id="lbl_user_math_1" value="1" style="edgeLabel;html=1;fontSize=18;fontColor=#000000;fontStyle=1;" vertex="1" connectable="0" parent="rel_user_math">
-           <mxGeometry x="-0.85" relative="1" as="geometry"><mxPoint x="-5" y="-15" as="offset" /></mxGeometry>
-         </mxCell>
-         <mxCell id="lbl_user_math_n" value="N" style="edgeLabel;html=1;fontSize=18;fontColor=#000000;fontStyle=1;" vertex="1" connectable="0" parent="rel_user_math">
-           <mxGeometry x="0.85" relative="1" as="geometry"><mxPoint x="-15" y="-15" as="offset" /></mxGeometry>
+         <mxCell id="rel_user_math" style="startArrow=ERmandOne;endArrow=ERmany;html=1;strokeColor=#000000;edgeStyle=orthogonalEdgeStyle;rounded=0;exitX=1;exitY=0;exitDx=0;exitDy=0;entryX=0;entryY=0.5;entryDx=0;entryDy=0;" edge="1" parent="1" source="ent_user" target="ent_math">
+           <mxGeometry relative="1" as="geometry" />
        </mxCell>

        <!-- R6: User ——1————N——> Flashcard (user ghi nhớ nhiều thẻ từ vựng) -->
-         <mxCell id="rel_user_flashcard" style="endArrow=none;html=1;strokeColor=#000000;edgeStyle=orthogonalEdgeStyle;rounded=0;exitX=1;exitY=0.5;exitDx=0;exitDy=0;entryX=0;entryY=0.5;entryDx=0;entryDy=0;" edge="1" parent="1" source="ent_user" target="ent_flashcard">
-           <mxGeometry relative="1" as="geometry" />
-         </mxCell>
-         <mxCell id="lbl_user_flashcard_1" value="1" style="edgeLabel;html=1;fontSize=18;fontColor=#000000;fontStyle=1;" vertex="1" connectable="0" parent="rel_user_flashcard">
-           <mxGeometry x="-0.85" relative="1" as="geometry"><mxPoint x="15" y="-15" as="offset" /></mxGeometry>
-         </mxCell>
-         <mxCell id="lbl_user_flashcard_n" value="N" style="edgeLabel;html=1;fontSize=18;fontColor=#000000;fontStyle=1;" vertex="1" connectable="0" parent="rel_user_flashcard">
-           <mxGeometry x="0.85" relative="1" as="geometry"><mxPoint x="-15" y="-15" as="offset" /></mxGeometry>
+         <mxCell id="rel_user_flashcard" style="startArrow=ERmandOne;endArrow=ERmany;html=1;strokeColor=#000000;edgeStyle=orthogonalEdgeStyle;rounded=0;exitX=1;exitY=0.5;exitDx=0;exitDy=0;entryX=0;entryY=0.5;entryDx=0;entryDy=0;" edge="1" parent="1" source="ent_user" target="ent_flashcard">
+           <mxGeometry relative="1" as="geometry" />
        </mxCell>

      </root>
    </mxGraphModel>
  </diagram>
</mxfile>
